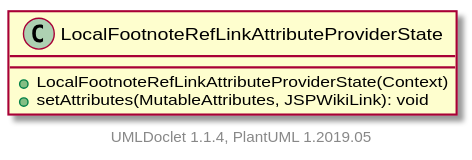
Earlier version of the PlantUML export apidocs/2.11.0.M8-SNAPSHOT/org/apache/wiki/markdown/extensions/jspwikilinks/attributeprovider/LocalFootnoteRefLinkAttributeProviderState.svg (apache/jspwiki-site).
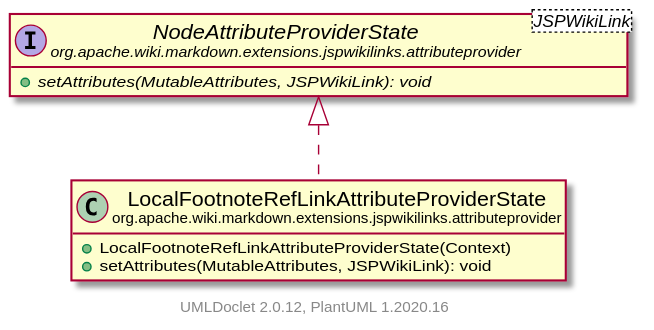
After the commit.

Change to the diagram source:
```diff
@@ -1,10 +1,18 @@
 @startuml
+    set namespaceSeparator none
+    hide empty fields
+    hide empty methods
 
-    class LocalFootnoteRefLinkAttributeProviderState [[LocalFootnoteRefLinkAttributeProviderState.html]] {
+    class "<size:14>LocalFootnoteRefLinkAttributeProviderState\n<size:10>org.apache.wiki.markdown.extensions.jspwikilinks.attributeprovider" as org.apache.wiki.markdown.extensions.jspwikilinks.attributeprovider.LocalFootnoteRefLinkAttributeProviderState [[LocalFootnoteRefLinkAttributeProviderState.html]] {
         +LocalFootnoteRefLinkAttributeProviderState(Context)
         +setAttributes(MutableAttributes, JSPWikiLink): void
     }
 
+    interface "<size:14>NodeAttributeProviderState\n<size:10>org.apache.wiki.markdown.extensions.jspwikilinks.attributeprovider" as org.apache.wiki.markdown.extensions.jspwikilinks.attributeprovider.NodeAttributeProviderState<JSPWikiLink> [[NodeAttributeProviderState.html]] {
+        {abstract} +setAttributes(MutableAttributes, JSPWikiLink): void
+    }
 
-    center footer UMLDoclet 1.1.4, PlantUML 1.2019.05
+    org.apache.wiki.markdown.extensions.jspwikilinks.attributeprovider.NodeAttributeProviderState <|.. org.apache.wiki.markdown.extensions.jspwikilinks.attributeprovider.LocalFootnoteRefLinkAttributeProviderState
+
+    center footer UMLDoclet 2.0.12, PlantUML 1.2020.16
 @enduml
```
